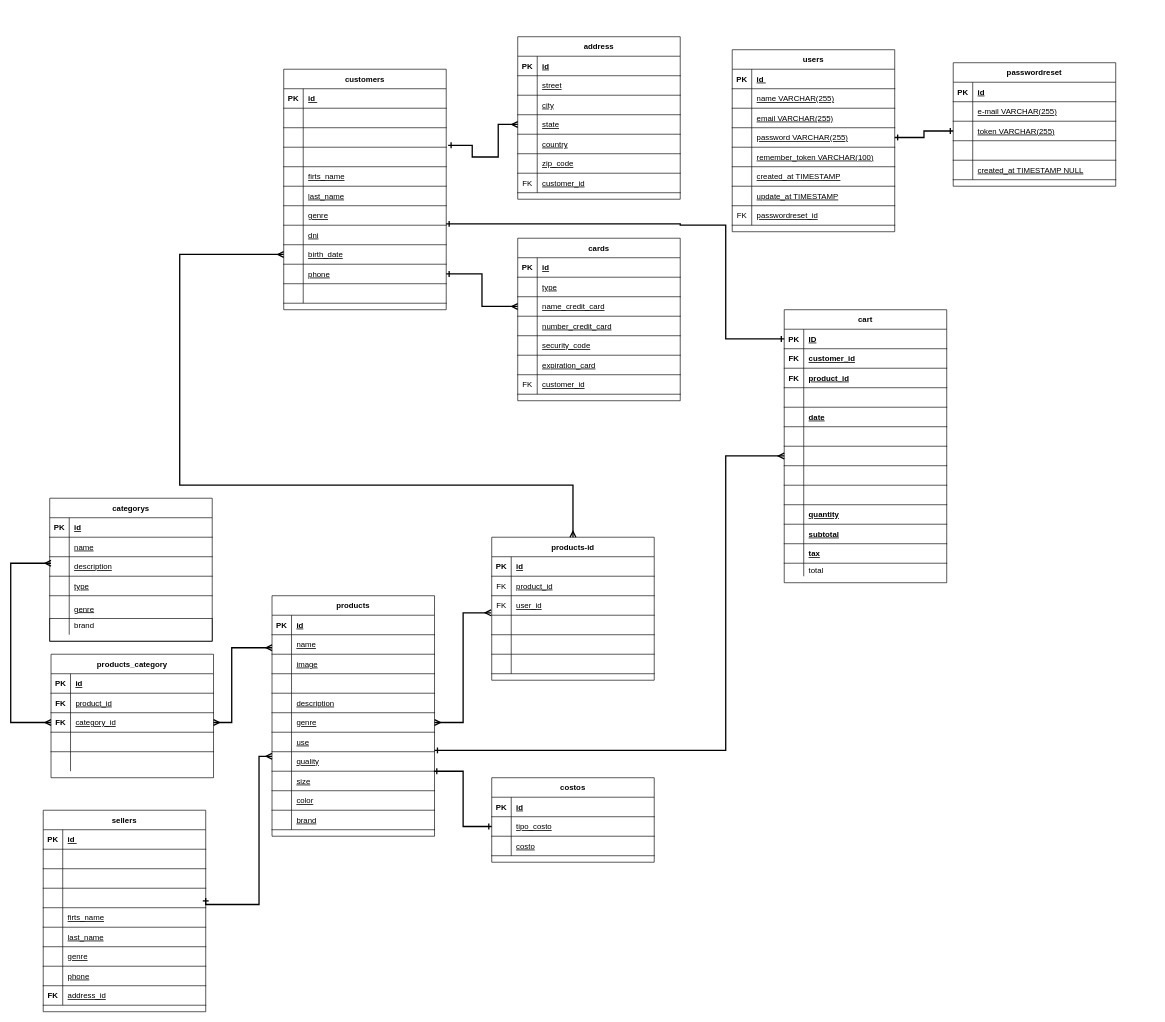
canetemauricio/equipo11 keeps this draw.io diagram as Untitled Diagram.drawio. Above is the earlier version. Source tidied: cells renumbered, new cells numbered last; positions are measured from the earlier drawing's top-left corner, leaving out a move shared by most shapes. Both pictures are drawn from the tidied source at 65%, with x=0, y=0 at pixel (10, 36).
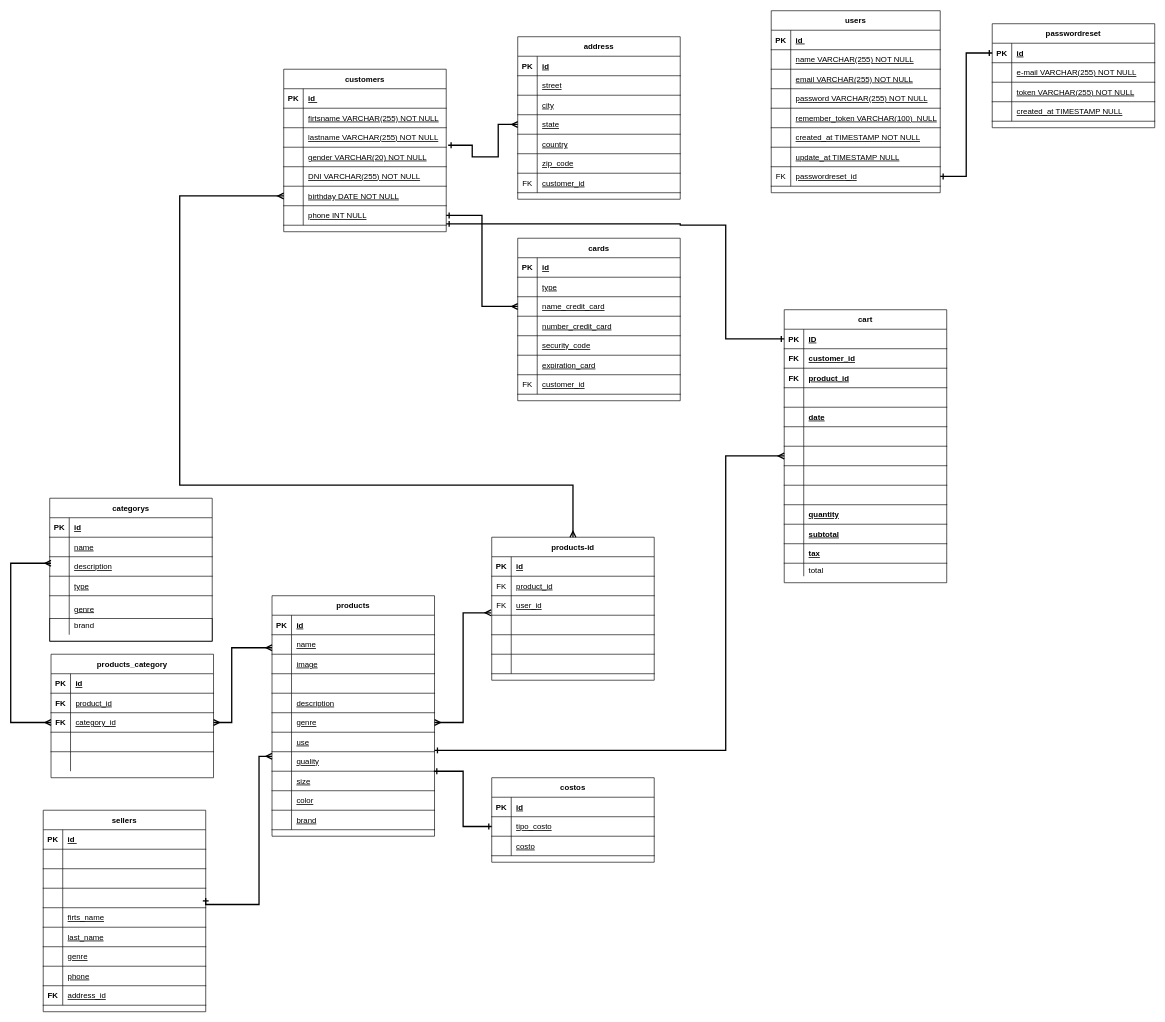
After the change.

The change refers to these unchanged cells:
```xml
<mxCell id="160" value="products-id" style="shape=table;startSize=30;childLayout=tableLayout;rowLines=0;fontStyle=1;align=center;" parent="1" vertex="1">
  <mxGeometry x="740" y="770" width="250" height="220" as="geometry" />
</mxCell>
<mxCell id="180" style="shape=partialRectangle;fillColor=none;points=[[0,0.5],[1,0.5]];portConstraint=eastwest;top=0;left=0;right=0;bottom=1;" parent="179" vertex="1">
  <mxGeometry y="30" width="250" height="30" as="geometry" />
</mxCell>
<mxCell id="183" style="shape=partialRectangle;fillColor=none;top=0;left=0;right=0;bottom=1;fontStyle=0;" parent="179" vertex="1">
  <mxGeometry y="60" width="250" height="30" as="geometry" />
</mxCell>
<mxCell id="186" style="shape=partialRectangle;fillColor=none;points=[[0,0.5],[1,0.5]];portConstraint=eastwest;top=0;left=0;right=0;bottom=1;fontStyle=0;" parent="179" vertex="1">
  <mxGeometry y="90" width="250" height="30" as="geometry" />
</mxCell>
```

Change to the diagram source:
```diff
@@
     <mxCell id="3" value="customers" style="shape=table;startSize=30;childLayout=tableLayout;rowLines=0;fontStyle=1;align=center;" parent="1" vertex="1">
-      <mxGeometry x="420" y="50" width="250" height="370" as="geometry" />
+      <mxGeometry x="420" y="50" width="250" height="250" as="geometry" />
     </mxCell>
@@
-    <mxCell id="7" style="shape=partialRectangle;fillColor=none;top=0;left=0;right=0;bottom=1;fontStyle=0;" parent="3" vertex="1">
-      <mxGeometry y="60" width="250" height="30" as="geometry" />
-    </mxCell>
-    <mxCell id="8" style="shape=partialRectangle;overflow=hidden;fillColor=none;top=0;left=0;bottom=0;right=0;fontStyle=0;" parent="7" vertex="1">
-      <mxGeometry width="30" height="30" as="geometry" />
-    </mxCell>
-    <mxCell id="9" style="shape=partialRectangle;overflow=hidden;fillColor=none;top=0;left=0;bottom=0;right=0;align=left;spacingLeft=6;fontStyle=4;" parent="7" vertex="1">
-      <mxGeometry x="30" width="220" height="30" as="geometry" />
-    </mxCell>
-    <mxCell id="10" style="shape=partialRectangle;fillColor=none;top=0;left=0;right=0;bottom=1;fontStyle=0;" parent="3" vertex="1">
-      <mxGeometry y="90" width="250" height="30" as="geometry" />
-    </mxCell>
-    <mxCell id="11" style="shape=partialRectangle;overflow=hidden;fillColor=none;top=0;left=0;bottom=0;right=0;fontStyle=0;" parent="10" vertex="1">
-      <mxGeometry width="30" height="30" as="geometry" />
-    </mxCell>
-    <mxCell id="12" style="shape=partialRectangle;overflow=hidden;fillColor=none;top=0;left=0;bottom=0;right=0;align=left;spacingLeft=6;fontStyle=4;" parent="10" vertex="1">
-      <mxGeometry x="30" width="220" height="30" as="geometry" />
-    </mxCell>
-    <mxCell id="13" style="shape=partialRectangle;fillColor=none;top=0;left=0;right=0;bottom=1;fontStyle=0;" parent="3" vertex="1">
-      <mxGeometry y="120" width="250" height="30" as="geometry" />
-    </mxCell>
-    <mxCell id="14" style="shape=partialRectangle;overflow=hidden;fillColor=none;top=0;left=0;bottom=0;right=0;fontStyle=0;" parent="13" vertex="1">
-      <mxGeometry width="30" height="30" as="geometry" />
-    </mxCell>
-    <mxCell id="15" style="shape=partialRectangle;overflow=hidden;fillColor=none;top=0;left=0;bottom=0;right=0;align=left;spacingLeft=6;fontStyle=4;" parent="13" vertex="1">
-      <mxGeometry x="30" width="220" height="30" as="geometry" />
-    </mxCell>
     <mxCell id="16" style="shape=partialRectangle;fillColor=none;top=0;left=0;right=0;bottom=1;fontStyle=0;" parent="3" vertex="1">
-      <mxGeometry y="150" width="250" height="30" as="geometry" />
+      <mxGeometry y="60" width="250" height="30" as="geometry" />
     </mxCell>
@@
-    <mxCell id="18" value="firts_name" style="shape=partialRectangle;overflow=hidden;fillColor=none;top=0;left=0;bottom=0;right=0;align=left;spacingLeft=6;fontStyle=4;" parent="16" vertex="1">
+    <mxCell id="18" value="firtsname VARCHAR(255) NOT NULL" style="shape=partialRectangle;overflow=hidden;fillColor=none;top=0;left=0;bottom=0;right=0;align=left;spacingLeft=6;fontStyle=4;" parent="16" vertex="1">
       <mxGeometry x="30" width="220" height="30" as="geometry" />
     </mxCell>
     <mxCell id="19" style="shape=partialRectangle;fillColor=none;top=0;left=0;right=0;bottom=1;fontStyle=0;" parent="3" vertex="1">
-      <mxGeometry y="180" width="250" height="30" as="geometry" />
+      <mxGeometry y="90" width="250" height="30" as="geometry" />
     </mxCell>
@@
-    <mxCell id="21" value="last_name" style="shape=partialRectangle;overflow=hidden;fillColor=none;top=0;left=0;bottom=0;right=0;align=left;spacingLeft=6;fontStyle=4;" parent="19" vertex="1">
+    <mxCell id="21" value="lastname VARCHAR(255) NOT NULL" style="shape=partialRectangle;overflow=hidden;fillColor=none;top=0;left=0;bottom=0;right=0;align=left;spacingLeft=6;fontStyle=4;" parent="19" vertex="1">
       <mxGeometry x="30" width="220" height="30" as="geometry" />
     </mxCell>
     <mxCell id="22" style="shape=partialRectangle;fillColor=none;top=0;left=0;right=0;bottom=1;fontStyle=0;" parent="3" vertex="1">
-      <mxGeometry y="210" width="250" height="30" as="geometry" />
+      <mxGeometry y="120" width="250" height="30" as="geometry" />
     </mxCell>
@@
-    <mxCell id="24" value="genre" style="shape=partialRectangle;overflow=hidden;fillColor=none;top=0;left=0;bottom=0;right=0;align=left;spacingLeft=6;fontStyle=4;" parent="22" vertex="1">
+    <mxCell id="24" value="gender VARCHAR(20) NOT NULL" style="shape=partialRectangle;overflow=hidden;fillColor=none;top=0;left=0;bottom=0;right=0;align=left;spacingLeft=6;fontStyle=4;" parent="22" vertex="1">
       <mxGeometry x="30" width="220" height="30" as="geometry" />
     </mxCell>
     <mxCell id="25" style="shape=partialRectangle;fillColor=none;top=0;left=0;right=0;bottom=1;fontStyle=0;" parent="3" vertex="1">
-      <mxGeometry y="240" width="250" height="30" as="geometry" />
+      <mxGeometry y="150" width="250" height="30" as="geometry" />
     </mxCell>
@@
-    <mxCell id="27" value="dni" style="shape=partialRectangle;overflow=hidden;fillColor=none;top=0;left=0;bottom=0;right=0;align=left;spacingLeft=6;fontStyle=4;" parent="25" vertex="1">
+    <mxCell id="27" value="DNI VARCHAR(255) NOT NULL" style="shape=partialRectangle;overflow=hidden;fillColor=none;top=0;left=0;bottom=0;right=0;align=left;spacingLeft=6;fontStyle=4;" parent="25" vertex="1">
       <mxGeometry x="30" width="220" height="30" as="geometry" />
     </mxCell>
     <mxCell id="28" style="shape=partialRectangle;fillColor=none;points=[[0,0.5],[1,0.5]];portConstraint=eastwest;top=0;left=0;right=0;bottom=1;fontStyle=0;" parent="3" vertex="1">
-      <mxGeometry y="270" width="250" height="30" as="geometry" />
+      <mxGeometry y="180" width="250" height="30" as="geometry" />
     </mxCell>
@@
-    <mxCell id="30" value="birth_date" style="shape=partialRectangle;overflow=hidden;fillColor=none;top=0;left=0;bottom=0;right=0;align=left;spacingLeft=6;fontStyle=4;" parent="28" vertex="1">
+    <mxCell id="30" value="birthday DATE NOT NULL" style="shape=partialRectangle;overflow=hidden;fillColor=none;top=0;left=0;bottom=0;right=0;align=left;spacingLeft=6;fontStyle=4;" parent="28" vertex="1">
       <mxGeometry x="30" width="220" height="30" as="geometry" />
     </mxCell>
     <mxCell id="31" style="shape=partialRectangle;fillColor=none;points=[[0,0.5],[1,0.5]];portConstraint=eastwest;top=0;left=0;right=0;bottom=1;fontStyle=0;" parent="3" vertex="1">
-      <mxGeometry y="300" width="250" height="30" as="geometry" />
+      <mxGeometry y="210" width="250" height="30" as="geometry" />
     </mxCell>
@@
-    <mxCell id="33" value="phone" style="shape=partialRectangle;overflow=hidden;fillColor=none;top=0;left=0;bottom=0;right=0;align=left;spacingLeft=6;fontStyle=4;" parent="31" vertex="1">
+    <mxCell id="33" value="phone INT NULL" style="shape=partialRectangle;overflow=hidden;fillColor=none;top=0;left=0;bottom=0;right=0;align=left;spacingLeft=6;fontStyle=4;" parent="31" vertex="1">
       <mxGeometry x="30" width="220" height="30" as="geometry" />
     </mxCell>
-    <mxCell id="34" style="shape=partialRectangle;fillColor=none;top=0;left=0;right=0;bottom=1;fontStyle=0;" parent="3" vertex="1">
-      <mxGeometry y="330" width="250" height="30" as="geometry" />
-    </mxCell>
-    <mxCell id="35" style="shape=partialRectangle;overflow=hidden;fillColor=none;top=0;left=0;bottom=0;right=0;fontStyle=1;labelBorderColor=none;" parent="34" vertex="1">
-      <mxGeometry width="30" height="30" as="geometry" />
-    </mxCell>
-    <mxCell id="36" style="shape=partialRectangle;overflow=hidden;fillColor=none;top=0;left=0;bottom=0;right=0;align=left;spacingLeft=6;fontStyle=4;" parent="34" vertex="1">
-      <mxGeometry x="30" width="220" height="30" as="geometry" />
-    </mxCell>
@@
     <mxCell id="179" value="passwordreset" style="shape=table;startSize=30;childLayout=tableLayout;rowLines=0;fontStyle=1;align=center;" parent="1" vertex="1">
-      <mxGeometry x="1450" y="40" width="250" height="190" as="geometry" />
+      <mxGeometry x="1510" y="-20" width="250" height="160" as="geometry" />
     </mxCell>
@@
-    <mxCell id="185" value="e-mail VARCHAR(255)" style="shape=partialRectangle;overflow=hidden;fillColor=none;top=0;left=0;bottom=0;right=0;align=left;spacingLeft=6;fontStyle=4;" parent="183" vertex="1">
+    <mxCell id="185" value="e-mail VARCHAR(255) NOT NULL" style="shape=partialRectangle;overflow=hidden;fillColor=none;top=0;left=0;bottom=0;right=0;align=left;spacingLeft=6;fontStyle=4;" parent="183" vertex="1">
       <mxGeometry x="30" width="220" height="30" as="geometry" />
     </mxCell>
@@
-    <mxCell id="188" value="token VARCHAR(255)" style="shape=partialRectangle;overflow=hidden;fillColor=none;top=0;left=0;bottom=0;right=0;align=left;spacingLeft=6;fontStyle=4;" parent="186" vertex="1">
+    <mxCell id="188" value="token VARCHAR(255) NOT NULL" style="shape=partialRectangle;overflow=hidden;fillColor=none;top=0;left=0;bottom=0;right=0;align=left;spacingLeft=6;fontStyle=4;" parent="186" vertex="1">
       <mxGeometry x="30" width="220" height="30" as="geometry" />
     </mxCell>
-    <mxCell id="189" style="shape=partialRectangle;fillColor=none;top=0;left=0;right=0;bottom=1;fontStyle=0;" parent="179" vertex="1">
-      <mxGeometry y="120" width="250" height="30" as="geometry" />
-    </mxCell>
-    <mxCell id="190" style="shape=partialRectangle;overflow=hidden;fillColor=none;top=0;left=0;bottom=0;right=0;fontStyle=0;" parent="189" vertex="1">
-      <mxGeometry width="30" height="30" as="geometry" />
-    </mxCell>
-    <mxCell id="191" style="shape=partialRectangle;overflow=hidden;fillColor=none;top=0;left=0;bottom=0;right=0;align=left;spacingLeft=6;fontStyle=4;" parent="189" vertex="1">
-      <mxGeometry x="30" width="220" height="30" as="geometry" />
-    </mxCell>
     <mxCell id="192" style="shape=partialRectangle;fillColor=none;top=0;left=0;right=0;bottom=1;fontStyle=0;" parent="179" vertex="1">
-      <mxGeometry y="150" width="250" height="30" as="geometry" />
+      <mxGeometry y="120" width="250" height="30" as="geometry" />
     </mxCell>
@@
     <mxCell id="196" style="edgeStyle=orthogonalEdgeStyle;rounded=0;jettySize=auto;html=1;exitX=0.5;exitY=0;exitDx=0;exitDy=0;startArrow=ERmany;startFill=0;endArrow=ERmany;endFill=0;strokeWidth=2;entryX=0;entryY=0.5;entryDx=0;entryDy=0;" parent="1" edge="1" source="160" target="28">
       <mxGeometry relative="1" as="geometry">
         <Array as="points">
           <mxPoint x="865" y="690" />
           <mxPoint x="260" y="690" />
-          <mxPoint x="260" y="335" />
+          <mxPoint x="260" y="245" />
         </Array>
       </mxGeometry>
     </mxCell>
     <mxCell id="197" value="users" style="shape=table;startSize=30;childLayout=tableLayout;rowLines=0;fontStyle=1;align=center;" parent="1" vertex="1">
-      <mxGeometry x="1110" y="20" width="250" height="280" as="geometry" />
+      <mxGeometry x="1170" y="-40" width="260" height="280" as="geometry" />
     </mxCell>
     <mxCell id="198" style="shape=partialRectangle;fillColor=none;top=0;left=0;right=0;bottom=1;" parent="197" vertex="1">
-      <mxGeometry y="30" width="250" height="30" as="geometry" />
+      <mxGeometry y="30" width="260" height="30" as="geometry" />
     </mxCell>
@@
     <mxCell id="200" value="id " style="shape=partialRectangle;overflow=hidden;fillColor=none;top=0;left=0;bottom=0;right=0;align=left;spacingLeft=6;fontStyle=5;" parent="198" vertex="1">
-      <mxGeometry x="30" width="220" height="30" as="geometry" />
+      <mxGeometry x="30" width="230" height="30" as="geometry" />
     </mxCell>
     <mxCell id="201" style="shape=partialRectangle;fillColor=none;top=0;left=0;right=0;bottom=1;fontStyle=0;" parent="197" vertex="1">
-      <mxGeometry y="60" width="250" height="30" as="geometry" />
+      <mxGeometry y="60" width="260" height="30" as="geometry" />
     </mxCell>
@@
-    <mxCell id="203" value="name VARCHAR(255)" style="shape=partialRectangle;overflow=hidden;fillColor=none;top=0;left=0;bottom=0;right=0;align=left;spacingLeft=6;fontStyle=4;" parent="201" vertex="1">
-      <mxGeometry x="30" width="220" height="30" as="geometry" />
+    <mxCell id="203" value="name VARCHAR(255) NOT NULL" style="shape=partialRectangle;overflow=hidden;fillColor=none;top=0;left=0;bottom=0;right=0;align=left;spacingLeft=6;fontStyle=4;" parent="201" vertex="1">
+      <mxGeometry x="30" width="230" height="30" as="geometry" />
     </mxCell>
     <mxCell id="204" style="shape=partialRectangle;fillColor=none;top=0;left=0;right=0;bottom=1;fontStyle=0;" parent="197" vertex="1">
-      <mxGeometry y="90" width="250" height="30" as="geometry" />
+      <mxGeometry y="90" width="260" height="30" as="geometry" />
     </mxCell>
@@
-    <mxCell id="206" value="email VARCHAR(255)" style="shape=partialRectangle;overflow=hidden;fillColor=none;top=0;left=0;bottom=0;right=0;align=left;spacingLeft=6;fontStyle=4;" parent="204" vertex="1">
-      <mxGeometry x="30" width="220" height="30" as="geometry" />
+    <mxCell id="206" value="email VARCHAR(255) NOT NULL" style="shape=partialRectangle;overflow=hidden;fillColor=none;top=0;left=0;bottom=0;right=0;align=left;spacingLeft=6;fontStyle=4;" parent="204" vertex="1">
+      <mxGeometry x="30" width="230" height="30" as="geometry" />
     </mxCell>
     <mxCell id="207" style="shape=partialRectangle;fillColor=none;points=[[0,0.5],[1,0.5]];portConstraint=eastwest;top=0;left=0;right=0;bottom=1;fontStyle=0;" parent="197" vertex="1">
-      <mxGeometry y="120" width="250" height="30" as="geometry" />
+      <mxGeometry y="120" width="260" height="30" as="geometry" />
     </mxCell>
@@
-    <mxCell id="209" value="password VARCHAR(255)" style="shape=partialRectangle;overflow=hidden;fillColor=none;top=0;left=0;bottom=0;right=0;align=left;spacingLeft=6;fontStyle=4;" parent="207" vertex="1">
-      <mxGeometry x="30" width="220" height="30" as="geometry" />
+    <mxCell id="209" value="password VARCHAR(255) NOT NULL" style="shape=partialRectangle;overflow=hidden;fillColor=none;top=0;left=0;bottom=0;right=0;align=left;spacingLeft=6;fontStyle=4;" parent="207" vertex="1">
+      <mxGeometry x="30" width="230" height="30" as="geometry" />
     </mxCell>
     <mxCell id="210" style="shape=partialRectangle;fillColor=none;top=0;left=0;right=0;bottom=1;fontStyle=0;" parent="197" vertex="1">
-      <mxGeometry y="150" width="250" height="30" as="geometry" />
+      <mxGeometry y="150" width="260" height="30" as="geometry" />
     </mxCell>
@@
-    <mxCell id="212" value="remember_token VARCHAR(100)" style="shape=partialRectangle;overflow=hidden;fillColor=none;top=0;left=0;bottom=0;right=0;align=left;spacingLeft=6;fontStyle=4;" parent="210" vertex="1">
-      <mxGeometry x="30" width="220" height="30" as="geometry" />
+    <mxCell id="212" value="remember_token VARCHAR(100)  NULL" style="shape=partialRectangle;overflow=hidden;fillColor=none;top=0;left=0;bottom=0;right=0;align=left;spacingLeft=6;fontStyle=4;" parent="210" vertex="1">
+      <mxGeometry x="30" width="230" height="30" as="geometry" />
     </mxCell>
     <mxCell id="213" style="shape=partialRectangle;fillColor=none;top=0;left=0;right=0;bottom=1;fontStyle=0;" parent="197" vertex="1">
-      <mxGeometry y="180" width="250" height="30" as="geometry" />
+      <mxGeometry y="180" width="260" height="30" as="geometry" />
     </mxCell>
@@
-    <mxCell id="215" value="created_at TIMESTAMP" style="shape=partialRectangle;overflow=hidden;fillColor=none;top=0;left=0;bottom=0;right=0;align=left;spacingLeft=6;fontStyle=4;" parent="213" vertex="1">
-      <mxGeometry x="30" width="220" height="30" as="geometry" />
+    <mxCell id="215" value="created_at TIMESTAMP NOT NULL" style="shape=partialRectangle;overflow=hidden;fillColor=none;top=0;left=0;bottom=0;right=0;align=left;spacingLeft=6;fontStyle=4;" parent="213" vertex="1">
+      <mxGeometry x="30" width="230" height="30" as="geometry" />
     </mxCell>
     <mxCell id="216" style="shape=partialRectangle;fillColor=none;top=0;left=0;right=0;bottom=1;fontStyle=0;" parent="197" vertex="1">
-      <mxGeometry y="210" width="250" height="30" as="geometry" />
+      <mxGeometry y="210" width="260" height="30" as="geometry" />
     </mxCell>
@@
-    <mxCell id="218" value="update_at TIMESTAMP" style="shape=partialRectangle;overflow=hidden;fillColor=none;top=0;left=0;bottom=0;right=0;align=left;spacingLeft=6;fontStyle=4;" parent="216" vertex="1">
-      <mxGeometry x="30" width="220" height="30" as="geometry" />
+    <mxCell id="218" value="update_at TIMESTAMP NULL" style="shape=partialRectangle;overflow=hidden;fillColor=none;top=0;left=0;bottom=0;right=0;align=left;spacingLeft=6;fontStyle=4;" parent="216" vertex="1">
+      <mxGeometry x="30" width="230" height="30" as="geometry" />
     </mxCell>
     <mxCell id="219" style="shape=partialRectangle;fillColor=none;points=[[0,0.5],[1,0.5]];portConstraint=eastwest;top=0;left=0;right=0;bottom=1;fontStyle=0;" parent="197" vertex="1">
-      <mxGeometry y="240" width="250" height="30" as="geometry" />
+      <mxGeometry y="240" width="260" height="30" as="geometry" />
     </mxCell>
@@
     <mxCell id="221" value="passwordreset_id" style="shape=partialRectangle;overflow=hidden;fillColor=none;top=0;left=0;bottom=0;right=0;align=left;spacingLeft=6;fontStyle=4;" parent="219" vertex="1">
-      <mxGeometry x="30" width="220" height="30" as="geometry" />
+      <mxGeometry x="30" width="230" height="30" as="geometry" />
     </mxCell>
-    <mxCell id="222" style="edgeStyle=orthogonalEdgeStyle;rounded=0;jettySize=auto;html=1;entryX=1;entryY=0.5;entryDx=0;entryDy=0;startArrow=ERone;startFill=0;endArrow=ERone;endFill=0;strokeWidth=2;exitX=0;exitY=0.5;exitDx=0;exitDy=0;" parent="1" edge="1" source="186" target="207">
+    <mxCell id="222" style="edgeStyle=orthogonalEdgeStyle;rounded=0;jettySize=auto;html=1;entryX=1;entryY=0.5;entryDx=0;entryDy=0;startArrow=ERone;startFill=0;endArrow=ERone;endFill=0;strokeWidth=2;exitX=0;exitY=0.5;exitDx=0;exitDy=0;" parent="1" edge="1" source="180" target="219">
       <mxGeometry relative="1" as="geometry" />
     </mxCell>
```
